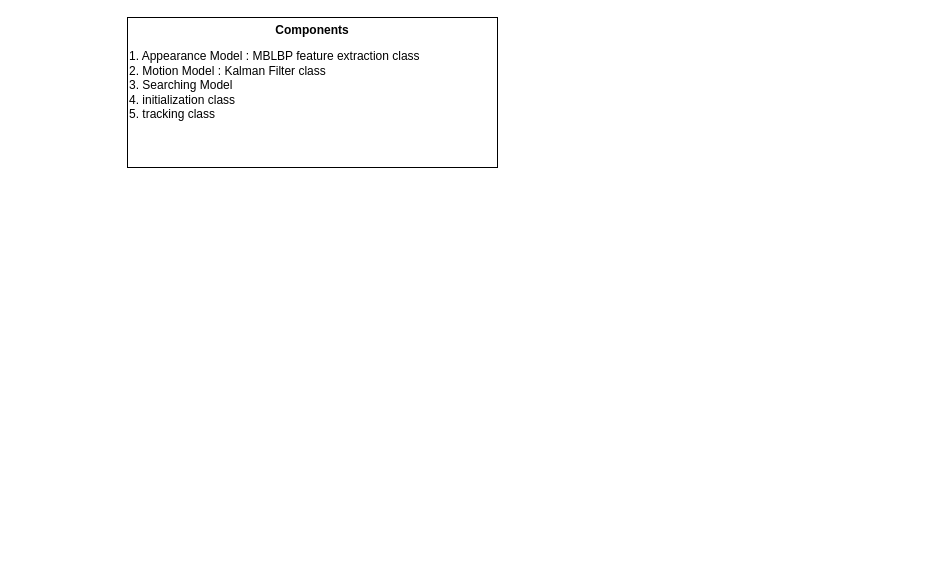
This is implementation plan.drawio from kumar-selvakumaran/MBLBP_Kalman_tracking, a draw.io file, before an edit. Source tidied: cells renumbered, new cells numbered last; positions are measured from the earlier drawing's top-left corner, leaving out a move shared by most shapes. Both pictures are drawn from the tidied source at 100%, with x=0, y=0 at pixel (127, 17).
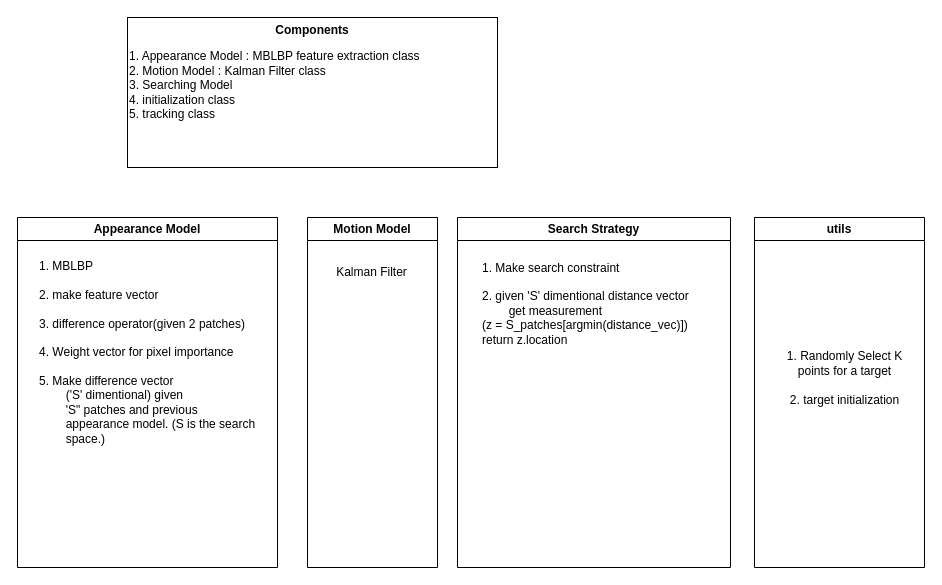
Above is the later version.

Diff of the diagram source:
```diff
@@
 <mxGraphModel>
   <root>
     <mxCell id="0" />
     <mxCell id="1" parent="0" />
     <mxCell id="2" value="1. Appearance Model : MBLBP feature extraction class&lt;div&gt;2. Motion Model : Kalman Filter class&lt;/div&gt;&lt;div&gt;3. Searching Model&lt;/div&gt;&lt;div&gt;4. initialization class&lt;/div&gt;&lt;div&gt;5. tracking class&lt;/div&gt;&lt;div&gt;&lt;br&gt;&lt;/div&gt;" style="rounded=0;whiteSpace=wrap;html=1;align=left;" parent="1" vertex="1">
       <mxGeometry width="370" height="150" as="geometry" />
     </mxCell>
     <mxCell id="3" value="&lt;b&gt;Components&lt;/b&gt;&lt;div&gt;&lt;b&gt;&lt;br&gt;&lt;/b&gt;&lt;/div&gt;" style="text;html=1;align=center;verticalAlign=middle;whiteSpace=wrap;rounded=0;" parent="1" vertex="1">
       <mxGeometry x="155" y="10" width="60" height="20" as="geometry" />
     </mxCell>
+    <mxCell id="4" style="edgeStyle=orthogonalEdgeStyle;rounded=0;orthogonalLoop=1;jettySize=auto;html=1;exitX=0.5;exitY=1;exitDx=0;exitDy=0;" parent="1" edge="1" source="2" target="2">
+      <mxGeometry relative="1" as="geometry" />
+    </mxCell>
+    <mxCell id="5" value="Appearance Model" style="swimlane;whiteSpace=wrap;html=1;" parent="1" vertex="1">
+      <mxGeometry x="-110" y="200" width="260" height="350" as="geometry" />
+    </mxCell>
+    <mxCell id="6" value="1. MBLBP&lt;div&gt;&lt;br&gt;&lt;div&gt;2. make feature vector&lt;br&gt;&lt;div&gt;&lt;br&gt;&lt;/div&gt;&lt;div&gt;3. difference operator(given 2 patches)&lt;/div&gt;&lt;div&gt;&lt;br&gt;&lt;/div&gt;&lt;div&gt;4. Weight vector for pixel importance&lt;/div&gt;&lt;/div&gt;&lt;div&gt;&lt;br&gt;&lt;/div&gt;&lt;div&gt;5. Make difference vector&amp;nbsp;&lt;/div&gt;&lt;div&gt;&lt;span style=&quot;background-color: initial;&quot;&gt;&lt;span style=&quot;white-space: pre;&quot;&gt;&#9;&lt;/span&gt;('S' dimentional) given&lt;/span&gt;&lt;/div&gt;&lt;div&gt;&lt;span style=&quot;background-color: initial;&quot;&gt;&lt;span style=&quot;white-space: pre;&quot;&gt;&#9;&lt;/span&gt;'S&quot; patches and previous&amp;nbsp;&lt;/span&gt;&lt;/div&gt;&lt;div&gt;&lt;span style=&quot;background-color: initial;&quot;&gt;&lt;span style=&quot;white-space: pre;&quot;&gt;&#9;&lt;/span&gt;appearance&amp;nbsp;&lt;/span&gt;&lt;span style=&quot;background-color: initial;&quot;&gt;model. (S is the search&lt;/span&gt;&lt;/div&gt;&lt;div&gt;&lt;span style=&quot;background-color: initial;&quot;&gt;&lt;span style=&quot;white-space: pre;&quot;&gt;&#9;&lt;/span&gt;space.)&lt;/span&gt;&lt;/div&gt;&lt;/div&gt;" style="text;html=1;align=left;verticalAlign=middle;strokeColor=none;fillColor=none;" parent="5" vertex="1">
+      <mxGeometry x="20" y="35" width="240" height="200" as="geometry" />
+    </mxCell>
+    <mxCell id="7" value="Search Strategy" style="swimlane;whiteSpace=wrap;html=1;" parent="1" vertex="1">
+      <mxGeometry x="330" y="200" width="273" height="350" as="geometry" />
+    </mxCell>
+    <mxCell id="8" value="1. Make search constraint&lt;div&gt;&lt;br&gt;&lt;/div&gt;&lt;div&gt;2. given 'S' dimentional distance vector&lt;/div&gt;&lt;div&gt;&lt;span style=&quot;white-space: pre;&quot;&gt;&#9;&lt;/span&gt;get measurement&amp;nbsp;&lt;/div&gt;&lt;div&gt;(z = S_patches[argmin(distance_vec)])&lt;/div&gt;&lt;div&gt;return z.location&lt;br&gt;&lt;/div&gt;&lt;div&gt;&lt;span style=&quot;white-space: pre;&quot;&gt;&#9;&lt;/span&gt;&lt;br&gt;&lt;/div&gt;&lt;div&gt;&lt;br&gt;&lt;/div&gt;&lt;div&gt;&lt;br&gt;&lt;/div&gt;&lt;div&gt;&amp;nbsp;&lt;/div&gt;" style="text;html=1;align=left;verticalAlign=middle;strokeColor=none;fillColor=none;" parent="7" vertex="1">
+      <mxGeometry x="23" y="35" width="230" height="160" as="geometry" />
+    </mxCell>
+    <mxCell id="9" value="Motion Model" style="swimlane;whiteSpace=wrap;html=1;" parent="1" vertex="1">
+      <mxGeometry x="180" y="200" width="130" height="350" as="geometry" />
+    </mxCell>
+    <mxCell id="10" value="Kalman Filter" style="text;html=1;align=center;verticalAlign=middle;strokeColor=none;fillColor=none;" parent="9" vertex="1">
+      <mxGeometry x="19" y="40" width="90" height="30" as="geometry" />
+    </mxCell>
+    <mxCell id="11" value="utils" style="swimlane;whiteSpace=wrap;html=1;" parent="1" vertex="1">
+      <mxGeometry x="627" y="200" width="170" height="350" as="geometry" />
+    </mxCell>
+    <mxCell id="12" value="1. Randomly Select K &lt;br&gt;points for a target&lt;div&gt;&lt;br&gt;&lt;/div&gt;&lt;div&gt;2. target initialization&lt;/div&gt;&lt;div&gt;&lt;br&gt;&lt;/div&gt;&lt;div&gt;&lt;br&gt;&lt;/div&gt;" style="text;html=1;align=center;verticalAlign=middle;strokeColor=none;fillColor=none;" parent="11" vertex="1">
+      <mxGeometry x="20" y="125" width="140" height="100" as="geometry" />
+    </mxCell>
   </root>
 </mxGraphModel>
```
